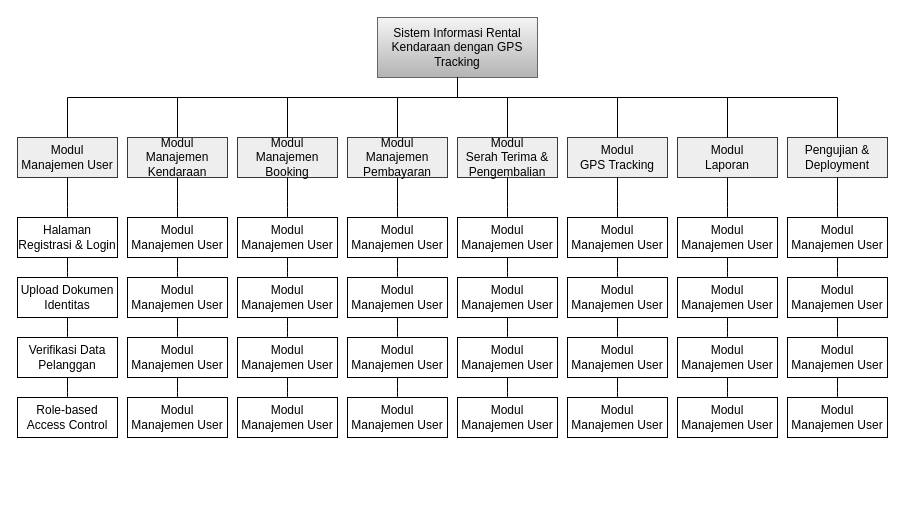
This is wbs.drawio from yogadwipayana/ERD, a draw.io file, before an edit. Source tidied: cells renumbered, new cells numbered last; positions are measured from the earlier drawing's top-left corner, leaving out a move shared by most shapes. Both pictures are drawn from the tidied source at 100%, with x=0, y=0 at pixel (17, 17).
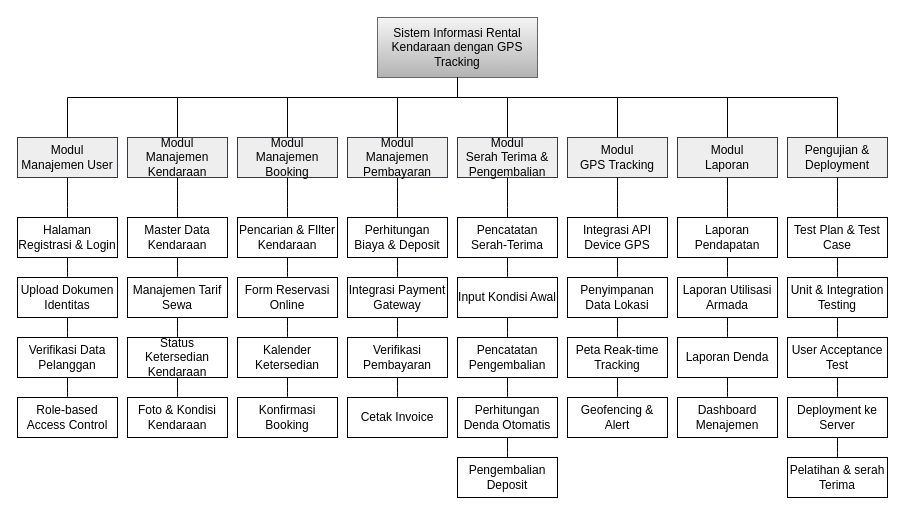
The same page after the edit.

Diff of the diagram source:
```diff
@@
-    <mxCell id="27" value="Modul&lt;div&gt;Manajemen User&lt;/div&gt;" style="rounded=0;whiteSpace=wrap;html=1;" parent="1" vertex="1">
+    <mxCell id="27" value="Master Data Kendaraan" style="rounded=0;whiteSpace=wrap;html=1;" parent="1" vertex="1">
       <mxGeometry x="110" y="200" width="100" height="40" as="geometry" />
     </mxCell>
@@
-    <mxCell id="29" value="Modul&lt;div&gt;Manajemen User&lt;/div&gt;" style="rounded=0;whiteSpace=wrap;html=1;" parent="1" vertex="1">
+    <mxCell id="29" value="Manajemen Tarif Sewa" style="rounded=0;whiteSpace=wrap;html=1;" parent="1" vertex="1">
       <mxGeometry x="110" y="260" width="100" height="40" as="geometry" />
     </mxCell>
-    <mxCell id="30" value="Modul&lt;div&gt;Manajemen User&lt;/div&gt;" style="rounded=0;whiteSpace=wrap;html=1;" parent="1" vertex="1">
+    <mxCell id="30" value="Status Ketersedian Kendaraan" style="rounded=0;whiteSpace=wrap;html=1;" parent="1" vertex="1">
       <mxGeometry x="110" y="320" width="100" height="40" as="geometry" />
     </mxCell>
-    <mxCell id="31" value="Modul&lt;div&gt;Manajemen User&lt;/div&gt;" style="rounded=0;whiteSpace=wrap;html=1;" parent="1" vertex="1">
+    <mxCell id="31" value="Foto &amp;amp; Kondisi Kendaraan" style="rounded=0;whiteSpace=wrap;html=1;" parent="1" vertex="1">
       <mxGeometry x="110" y="380" width="100" height="40" as="geometry" />
     </mxCell>
@@
-    <mxCell id="35" value="Modul&lt;div&gt;Manajemen User&lt;/div&gt;" style="rounded=0;whiteSpace=wrap;html=1;" parent="1" vertex="1">
+    <mxCell id="35" value="Pencarian &amp;amp; FIlter Kendaraan" style="rounded=0;whiteSpace=wrap;html=1;" parent="1" vertex="1">
       <mxGeometry x="220" y="200" width="100" height="40" as="geometry" />
     </mxCell>
@@
-    <mxCell id="37" value="Modul&lt;div&gt;Manajemen User&lt;/div&gt;" style="rounded=0;whiteSpace=wrap;html=1;" parent="1" vertex="1">
+    <mxCell id="37" value="Form Reservasi Online" style="rounded=0;whiteSpace=wrap;html=1;" parent="1" vertex="1">
       <mxGeometry x="220" y="260" width="100" height="40" as="geometry" />
     </mxCell>
-    <mxCell id="38" value="Modul&lt;div&gt;Manajemen User&lt;/div&gt;" style="rounded=0;whiteSpace=wrap;html=1;" parent="1" vertex="1">
+    <mxCell id="38" value="Kalender Ketersedian" style="rounded=0;whiteSpace=wrap;html=1;" parent="1" vertex="1">
       <mxGeometry x="220" y="320" width="100" height="40" as="geometry" />
     </mxCell>
-    <mxCell id="39" value="Modul&lt;div&gt;Manajemen User&lt;/div&gt;" style="rounded=0;whiteSpace=wrap;html=1;" parent="1" vertex="1">
+    <mxCell id="39" value="Konfirmasi Booking" style="rounded=0;whiteSpace=wrap;html=1;" parent="1" vertex="1">
       <mxGeometry x="220" y="380" width="100" height="40" as="geometry" />
     </mxCell>
@@
-    <mxCell id="47" value="Modul&lt;div&gt;Manajemen User&lt;/div&gt;" style="rounded=0;whiteSpace=wrap;html=1;" parent="1" vertex="1">
+    <mxCell id="47" value="Perhitungan Biaya &amp;amp; Deposit" style="rounded=0;whiteSpace=wrap;html=1;" parent="1" vertex="1">
       <mxGeometry x="330" y="200" width="100" height="40" as="geometry" />
     </mxCell>
-    <mxCell id="48" value="Modul&lt;div&gt;Manajemen User&lt;/div&gt;" style="rounded=0;whiteSpace=wrap;html=1;" parent="1" vertex="1">
+    <mxCell id="48" value="Integrasi Payment Gateway" style="rounded=0;whiteSpace=wrap;html=1;" parent="1" vertex="1">
       <mxGeometry x="330" y="260" width="100" height="40" as="geometry" />
     </mxCell>
-    <mxCell id="49" value="Modul&lt;div&gt;Manajemen User&lt;/div&gt;" style="rounded=0;whiteSpace=wrap;html=1;" parent="1" vertex="1">
+    <mxCell id="49" value="Verifikasi Pembayaran" style="rounded=0;whiteSpace=wrap;html=1;" parent="1" vertex="1">
       <mxGeometry x="330" y="320" width="100" height="40" as="geometry" />
     </mxCell>
-    <mxCell id="50" value="Modul&lt;div&gt;Manajemen User&lt;/div&gt;" style="rounded=0;whiteSpace=wrap;html=1;" parent="1" vertex="1">
+    <mxCell id="50" value="Cetak Invoice" style="rounded=0;whiteSpace=wrap;html=1;" parent="1" vertex="1">
       <mxGeometry x="330" y="380" width="100" height="40" as="geometry" />
     </mxCell>
-    <mxCell id="51" value="Modul&lt;div&gt;Manajemen User&lt;/div&gt;" style="rounded=0;whiteSpace=wrap;html=1;" parent="1" vertex="1">
+    <mxCell id="51" value="Pencatatan Serah-Terima" style="rounded=0;whiteSpace=wrap;html=1;" parent="1" vertex="1">
       <mxGeometry x="440" y="200" width="100" height="40" as="geometry" />
     </mxCell>
@@
-    <mxCell id="53" value="Modul&lt;div&gt;Manajemen User&lt;/div&gt;" style="rounded=0;whiteSpace=wrap;html=1;" parent="1" vertex="1">
+    <mxCell id="53" value="Input Kondisi Awal" style="rounded=0;whiteSpace=wrap;html=1;" parent="1" vertex="1">
       <mxGeometry x="440" y="260" width="100" height="40" as="geometry" />
     </mxCell>
-    <mxCell id="54" value="Modul&lt;div&gt;Manajemen User&lt;/div&gt;" style="rounded=0;whiteSpace=wrap;html=1;" parent="1" vertex="1">
+    <mxCell id="54" value="Pencatatan Pengembalian" style="rounded=0;whiteSpace=wrap;html=1;" parent="1" vertex="1">
       <mxGeometry x="440" y="320" width="100" height="40" as="geometry" />
     </mxCell>
-    <mxCell id="55" value="Modul&lt;div&gt;Manajemen User&lt;/div&gt;" style="rounded=0;whiteSpace=wrap;html=1;" parent="1" vertex="1">
+    <mxCell id="55" value="Perhitungan Denda Otomatis" style="rounded=0;whiteSpace=wrap;html=1;" parent="1" vertex="1">
       <mxGeometry x="440" y="380" width="100" height="40" as="geometry" />
     </mxCell>
@@
-    <mxCell id="59" value="Modul&lt;div&gt;Manajemen User&lt;/div&gt;" style="rounded=0;whiteSpace=wrap;html=1;" parent="1" vertex="1">
+    <mxCell id="59" value="Integrasi API Device GPS" style="rounded=0;whiteSpace=wrap;html=1;" parent="1" vertex="1">
       <mxGeometry x="550" y="200" width="100" height="40" as="geometry" />
     </mxCell>
@@
-    <mxCell id="61" value="Modul&lt;div&gt;Manajemen User&lt;/div&gt;" style="rounded=0;whiteSpace=wrap;html=1;" parent="1" vertex="1">
+    <mxCell id="61" value="Penyimpanan Data Lokasi" style="rounded=0;whiteSpace=wrap;html=1;" parent="1" vertex="1">
       <mxGeometry x="550" y="260" width="100" height="40" as="geometry" />
     </mxCell>
-    <mxCell id="62" value="Modul&lt;div&gt;Manajemen User&lt;/div&gt;" style="rounded=0;whiteSpace=wrap;html=1;" parent="1" vertex="1">
+    <mxCell id="62" value="Peta Reak-time Tracking" style="rounded=0;whiteSpace=wrap;html=1;" parent="1" vertex="1">
       <mxGeometry x="550" y="320" width="100" height="40" as="geometry" />
     </mxCell>
-    <mxCell id="63" value="Modul&lt;div&gt;Manajemen User&lt;/div&gt;" style="rounded=0;whiteSpace=wrap;html=1;" parent="1" vertex="1">
+    <mxCell id="63" value="Geofencing &amp;amp; Alert" style="rounded=0;whiteSpace=wrap;html=1;" parent="1" vertex="1">
       <mxGeometry x="550" y="380" width="100" height="40" as="geometry" />
     </mxCell>
@@
-    <mxCell id="67" value="Modul&lt;div&gt;Manajemen User&lt;/div&gt;" style="rounded=0;whiteSpace=wrap;html=1;" parent="1" vertex="1">
+    <mxCell id="67" value="Laporan Pendapatan" style="rounded=0;whiteSpace=wrap;html=1;" parent="1" vertex="1">
       <mxGeometry x="660" y="200" width="100" height="40" as="geometry" />
     </mxCell>
@@
-    <mxCell id="69" value="Modul&lt;div&gt;Manajemen User&lt;/div&gt;" style="rounded=0;whiteSpace=wrap;html=1;" parent="1" vertex="1">
+    <mxCell id="69" value="Laporan Utilisasi Armada" style="rounded=0;whiteSpace=wrap;html=1;" parent="1" vertex="1">
       <mxGeometry x="660" y="260" width="100" height="40" as="geometry" />
     </mxCell>
-    <mxCell id="70" value="Modul&lt;div&gt;Manajemen User&lt;/div&gt;" style="rounded=0;whiteSpace=wrap;html=1;" parent="1" vertex="1">
+    <mxCell id="70" value="Laporan Denda" style="rounded=0;whiteSpace=wrap;html=1;" parent="1" vertex="1">
       <mxGeometry x="660" y="320" width="100" height="40" as="geometry" />
     </mxCell>
-    <mxCell id="71" value="Modul&lt;div&gt;Manajemen User&lt;/div&gt;" style="rounded=0;whiteSpace=wrap;html=1;" parent="1" vertex="1">
+    <mxCell id="71" value="Dashboard Menajemen" style="rounded=0;whiteSpace=wrap;html=1;" parent="1" vertex="1">
       <mxGeometry x="660" y="380" width="100" height="40" as="geometry" />
     </mxCell>
@@
-    <mxCell id="75" value="Modul&lt;div&gt;Manajemen User&lt;/div&gt;" style="rounded=0;whiteSpace=wrap;html=1;" parent="1" vertex="1">
+    <mxCell id="75" value="Test Plan &amp;amp; Test Case" style="rounded=0;whiteSpace=wrap;html=1;" parent="1" vertex="1">
       <mxGeometry x="770" y="200" width="100" height="40" as="geometry" />
     </mxCell>
@@
-    <mxCell id="77" value="Modul&lt;div&gt;Manajemen User&lt;/div&gt;" style="rounded=0;whiteSpace=wrap;html=1;" parent="1" vertex="1">
+    <mxCell id="77" value="Unit &amp;amp; Integration Testing" style="rounded=0;whiteSpace=wrap;html=1;" parent="1" vertex="1">
       <mxGeometry x="770" y="260" width="100" height="40" as="geometry" />
     </mxCell>
-    <mxCell id="78" value="Modul&lt;div&gt;Manajemen User&lt;/div&gt;" style="rounded=0;whiteSpace=wrap;html=1;" parent="1" vertex="1">
+    <mxCell id="78" value="User Acceptance Test" style="rounded=0;whiteSpace=wrap;html=1;" parent="1" vertex="1">
       <mxGeometry x="770" y="320" width="100" height="40" as="geometry" />
     </mxCell>
-    <mxCell id="79" value="Modul&lt;div&gt;Manajemen User&lt;/div&gt;" style="rounded=0;whiteSpace=wrap;html=1;" parent="1" vertex="1">
+    <mxCell id="79" value="Deployment ke Server" style="rounded=0;whiteSpace=wrap;html=1;" parent="1" vertex="1">
       <mxGeometry x="770" y="380" width="100" height="40" as="geometry" />
     </mxCell>
@@
+    <mxCell id="83" value="Pengembalian Deposit" style="rounded=0;whiteSpace=wrap;html=1;" parent="1" vertex="1">
+      <mxGeometry x="440" y="440" width="100" height="40" as="geometry" />
+    </mxCell>
+    <mxCell id="84" style="endArrow=none;html=1;rounded=0;fontSize=12;startSize=8;endSize=8;curved=1;entryX=0.5;entryY=1;entryDx=0;entryDy=0;exitX=0.5;exitY=0;exitDx=0;exitDy=0;" parent="1" edge="1" source="83">
+      <mxGeometry relative="1" as="geometry">
+        <mxPoint x="490" y="420" as="targetPoint" />
+      </mxGeometry>
+    </mxCell>
+    <mxCell id="85" value="Pelatihan &amp;amp; serah Terima" style="rounded=0;whiteSpace=wrap;html=1;" parent="1" vertex="1">
+      <mxGeometry x="770" y="440" width="100" height="40" as="geometry" />
+    </mxCell>
+    <mxCell id="86" style="endArrow=none;html=1;rounded=0;fontSize=12;startSize=8;endSize=8;curved=1;entryX=0.5;entryY=1;entryDx=0;entryDy=0;exitX=0.5;exitY=0;exitDx=0;exitDy=0;" parent="1" edge="1" source="85">
+      <mxGeometry relative="1" as="geometry">
+        <mxPoint x="820" y="420" as="targetPoint" />
+      </mxGeometry>
+    </mxCell>
```
